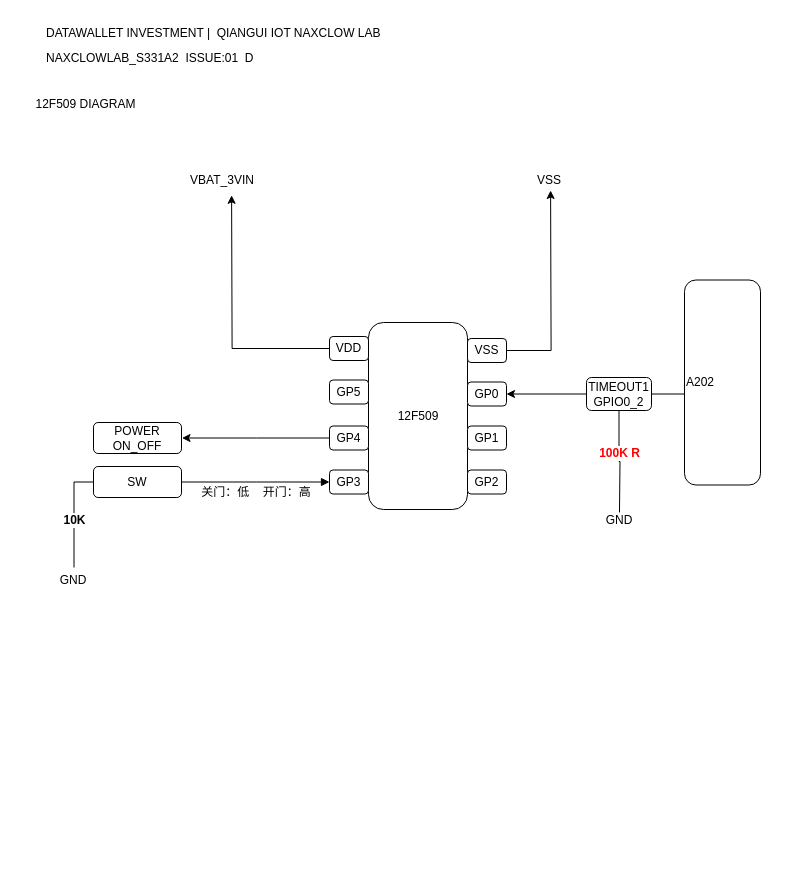
Earlier version of the draw.io diagram NAXCLOWLAB_S331A2.drawio (svija/pubsub). Source tidied: cells renumbered, new cells numbered last; positions are measured from the earlier drawing's top-left corner, leaving out a move shared by most shapes. Both pictures are drawn from the tidied source at 100%, with x=0, y=0 at pixel (17, 17).
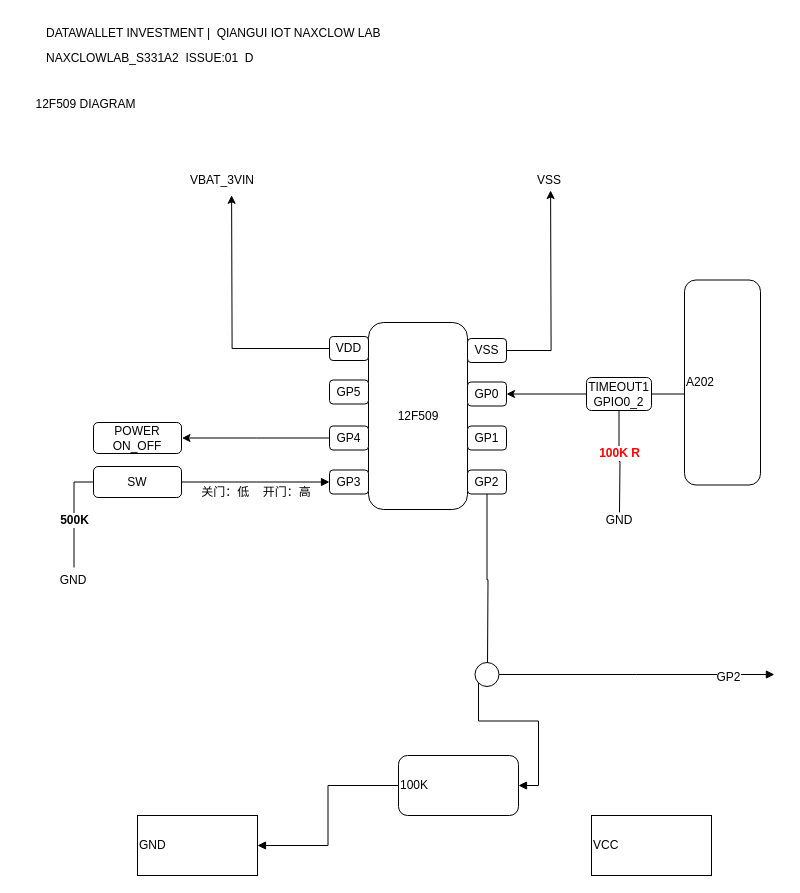
The same diagram, later.

The change refers to these unchanged cells:
```xml
<mxCell id="15" value="GP2" style="rounded=1;whiteSpace=wrap;html=1;" parent="8" vertex="1">
  <mxGeometry x="138" y="147.5" width="39" height="24" as="geometry" />
</mxCell>
<mxCell id="34" style="edgeStyle=orthogonalEdgeStyle;rounded=0;jettySize=auto;html=1;exitX=0;exitY=0.5;exitDx=0;exitDy=0;startArrow=none;startFill=0;endArrow=none;endFill=0;fontColor=#000000;" parent="2" edge="1" source="22">
  <mxGeometry relative="1" as="geometry">
    <mxPoint x="56.5" y="550.5" as="targetPoint" />
    <Array as="points">
      <mxPoint x="56.5" y="465.5" />
    </Array>
  </mxGeometry>
</mxCell>
```

Change to the diagram source:
```diff
@@
-    <mxCell id="35" value="10K" style="text;html=1;align=center;verticalAlign=middle;labelBackgroundColor=#ffffff;fontColor=#000000;fontStyle=1;" parent="34" vertex="1">
+    <mxCell id="35" value="500K" style="text;html=1;align=center;verticalAlign=middle;labelBackgroundColor=#ffffff;fontColor=#000000;fontStyle=1;" parent="34" vertex="1">
       <mxGeometry x="-0.34" y="-2" relative="1" as="geometry">
         <mxPoint x="1.5" y="22.5" as="offset" />
       </mxGeometry>
     </mxCell>
@@
+    <mxCell id="39" style="edgeStyle=orthogonalEdgeStyle;rounded=0;jettySize=auto;html=1;exitX=0.5;exitY=1;exitDx=0;exitDy=0;startArrow=none;startFill=0;endArrow=none;endFill=0;fontColor=#000000;" parent="1" edge="1" source="15">
+      <mxGeometry relative="1" as="geometry">
+        <mxPoint x="470" y="648" as="targetPoint" />
+      </mxGeometry>
+    </mxCell>
+    <mxCell id="40" value="GND" style="rounded=0;whiteSpace=wrap;html=1;strokeColor=#000000;fillColor=#ffffff;fontColor=#000000;align=left;" parent="1" vertex="1">
+      <mxGeometry x="120" y="798" width="120" height="60" as="geometry" />
+    </mxCell>
+    <mxCell id="41" value="VCC" style="rounded=0;whiteSpace=wrap;html=1;strokeColor=#000000;fillColor=#ffffff;fontColor=#000000;align=left;" parent="1" vertex="1">
+      <mxGeometry x="574" y="798" width="120" height="60" as="geometry" />
+    </mxCell>
+    <mxCell id="42" style="edgeStyle=orthogonalEdgeStyle;rounded=0;jettySize=auto;html=1;exitX=0;exitY=0.5;exitDx=0;exitDy=0;entryX=1;entryY=0.5;entryDx=0;entryDy=0;startArrow=none;startFill=0;endArrow=block;endFill=1;fontColor=#000000;" parent="1" edge="1" source="43" target="40">
+      <mxGeometry relative="1" as="geometry" />
+    </mxCell>
+    <mxCell id="43" value="100K" style="rounded=1;whiteSpace=wrap;html=1;strokeColor=#000000;fillColor=#ffffff;fontColor=#000000;align=left;" parent="1" vertex="1">
+      <mxGeometry x="381" y="738" width="120" height="60" as="geometry" />
+    </mxCell>
+    <mxCell id="44" style="edgeStyle=orthogonalEdgeStyle;rounded=0;jettySize=auto;html=1;exitX=1;exitY=0.5;exitDx=0;exitDy=0;startArrow=none;startFill=0;endArrow=block;endFill=1;fontColor=#000000;" parent="1" edge="1" source="47">
+      <mxGeometry relative="1" as="geometry">
+        <mxPoint x="756.9" y="657" as="targetPoint" />
+      </mxGeometry>
+    </mxCell>
+    <mxCell id="45" value="GP2" style="text;html=1;align=center;verticalAlign=middle;labelBackgroundColor=#ffffff;fontColor=#000000;" parent="44" vertex="1">
+      <mxGeometry x="0.66" y="-2" relative="1" as="geometry" />
+    </mxCell>
+    <mxCell id="46" style="edgeStyle=orthogonalEdgeStyle;rounded=0;jettySize=auto;html=1;exitX=0;exitY=1;exitDx=0;exitDy=0;entryX=1;entryY=0.5;entryDx=0;entryDy=0;startArrow=none;startFill=0;endArrow=block;endFill=1;fontColor=#000000;" parent="1" edge="1" source="47" target="43">
+      <mxGeometry relative="1" as="geometry" />
+    </mxCell>
+    <mxCell id="47" style="ellipse;whiteSpace=wrap;html=1;strokeColor=#000000;fillColor=#ffffff;fontColor=#000000;align=left;" parent="1" vertex="1">
+      <mxGeometry x="457.5" y="645" width="24" height="24" as="geometry" />
+    </mxCell>
```
